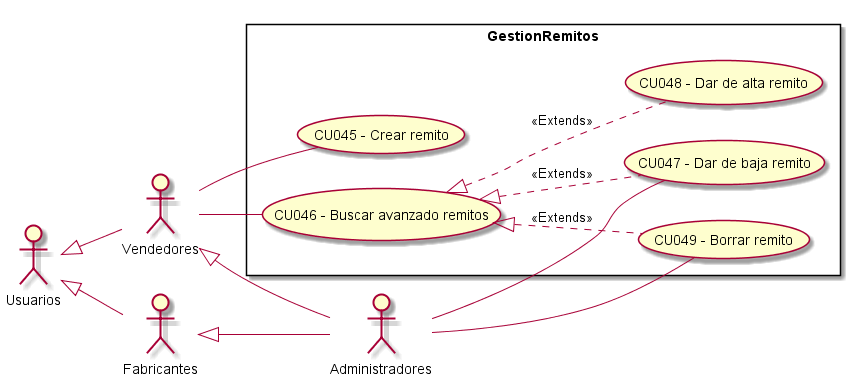
The PlantUML diagram Informe Final/Imagenes/ModeladoDeCasosDeUso/DiagramaDeCasosDeUso/GestionRemitos.png in ZMGestion/DocumentacionZMGestion, before a commit. Source of this version:
```plantuml
@startuml GestionRemitos
top to bottom direction
:Usuarios:
:Administradores:
:Vendedores:
:Fabricantes:

Usuarios <|-- Vendedores
Usuarios <|-- Fabricantes
Vendedores <|-- Administradores
Fabricantes <|-- Administradores

 left to right direction

rectangle GestionRemitos{
    UseCase "CU045 - Crear remito" as C
    UseCase "CU046 - Buscar avanzado remitos " as BA
    UseCase "CU047 - Dar de baja remito" as DB
    UseCase "CU048 - Dar de alta remito" as DA
    UseCase "CU049 - Borrar remito" as B

    BA <|.. DA : <<Extends>>
    BA <|.. DB : <<Extends>>
    BA <|.. B : <<Extends>>
}
    Vendedores -- C
    Vendedores -- BA
    Administradores -- B
    Administradores -- DB

@enduml
```
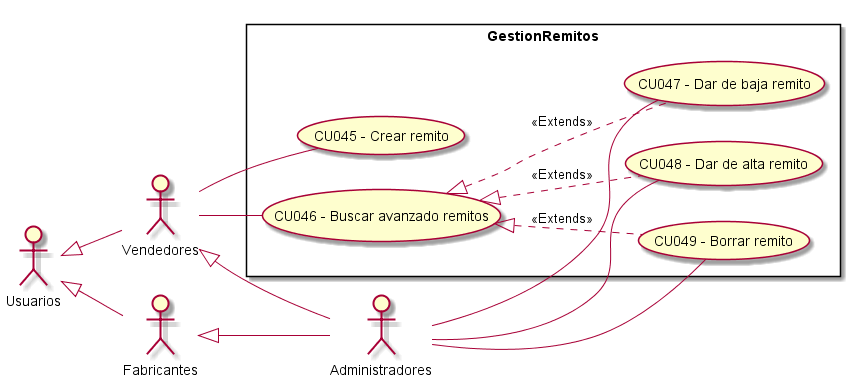
After the commit.

Change to the diagram source:
```diff
@@ -27,5 +27,6 @@
     Vendedores -- BA
     Administradores -- B
     Administradores -- DB
+    Administradores -- DA
 
 @enduml
```
